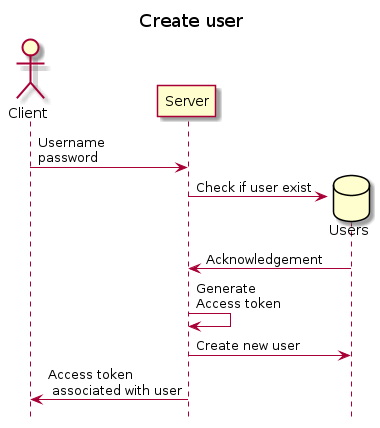
Before: OOADI/plantuml/SSD_create_user.png, a diagram exported from PlantUML (VVrongSide/P5-courses). Source of this version:
```plantuml
@startuml
hide footbox
title Create user

actor Client
participant Server

Client -> Server : Username\npassword
create database Users
Server -> Users: Check if user exist
Users -> Server: Acknowledgement
Server -> Server: Generate\nAccess token
Server -> Users: Create new user
Server -> Client: Access token\n associated with user
@enduml
```
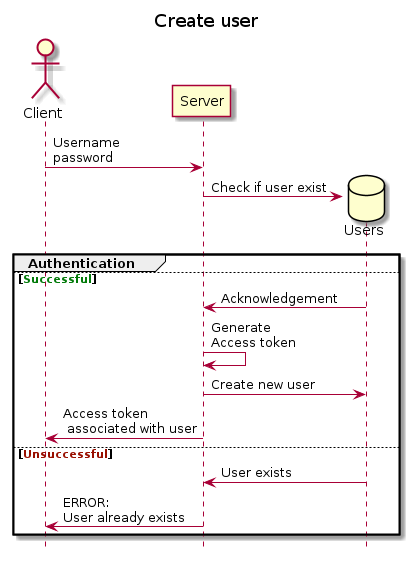
Later version of the same file.

Diff of the diagram source:
```diff
@@ -8,8 +8,15 @@
 Client -> Server : Username\npassword
 create database Users
 Server -> Users: Check if user exist
-Users -> Server: Acknowledgement
-Server -> Server: Generate\nAccess token
-Server -> Users: Create new user
-Server -> Client: Access token\n associated with user
+group Authentication
+else <color #027a09>Successful</color>
+        Users -> Server: Acknowledgement
+        Server -> Server: Generate\nAccess token
+        Server -> Users: Create new user
+        Server -> Client: Access token\n associated with user
+
+else <color #990f00>Unsuccessful</color>
+        Users -> Server: User exists
+        Server -> Client: ERROR:\nUser already exists
+end
 @enduml
```
